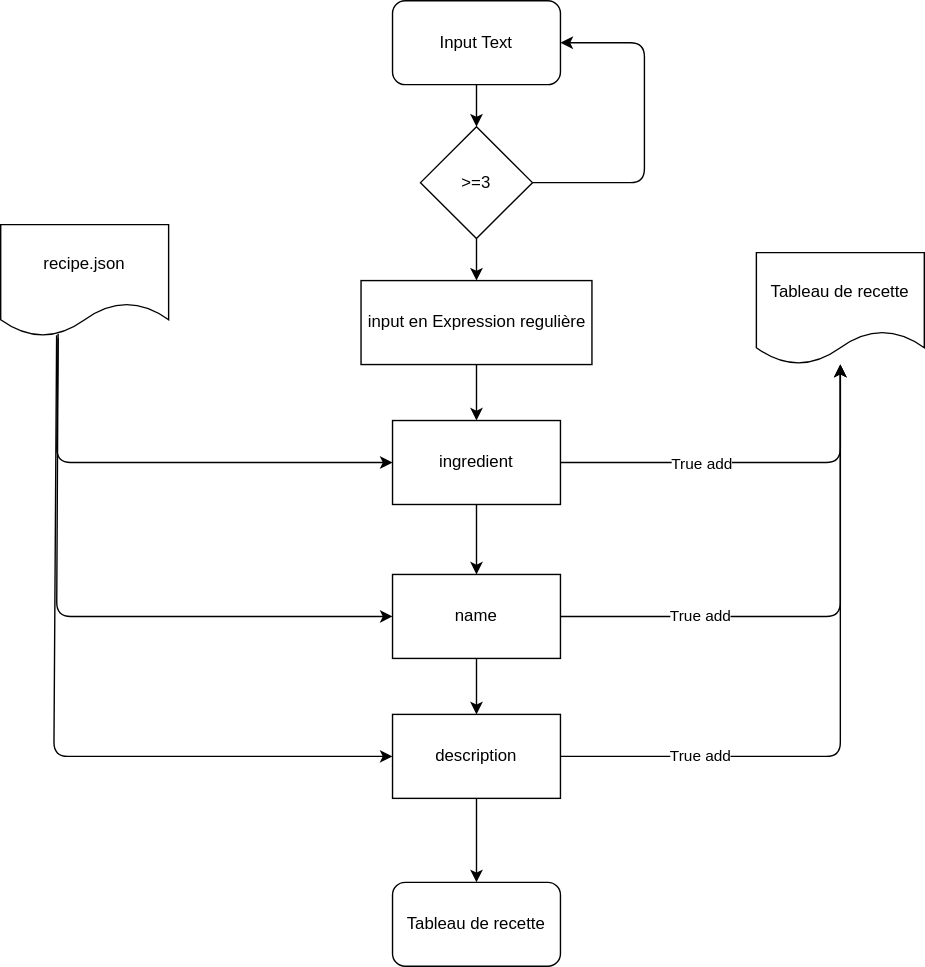
Earlier version of the draw.io export principal_filter.drawio.svg (citizensyd/les-petits-plats). Source tidied: cells renumbered, new cells last; positions are measured from the earlier drawing's top-left corner, leaving out a move shared by most shapes. Source of this version:
```xml
<mxGraphModel>
  <root>
    <mxCell id="0" />
    <mxCell id="1" parent="0" />
    <mxCell id="2" style="edgeStyle=none;html=1;" parent="1" edge="1" source="3" target="11">
      <mxGeometry relative="1" as="geometry" />
    </mxCell>
    <mxCell id="3" value="Input Text" style="rounded=1;whiteSpace=wrap;html=1;" parent="1" vertex="1">
      <mxGeometry x="280" width="120" height="60" as="geometry" />
    </mxCell>
    <mxCell id="4" value="Tableau de recette" style="rounded=1;whiteSpace=wrap;html=1;" parent="1" vertex="1">
      <mxGeometry x="280" y="630" width="120" height="60" as="geometry" />
    </mxCell>
    <mxCell id="5" style="edgeStyle=none;html=1;entryX=0;entryY=0.5;entryDx=0;entryDy=0;exitX=0.342;exitY=0.975;exitDx=0;exitDy=0;exitPerimeter=0;" parent="1" edge="1" source="8" target="18">
      <mxGeometry relative="1" as="geometry">
        <Array as="points">
          <mxPoint x="40" y="330" />
        </Array>
      </mxGeometry>
    </mxCell>
    <mxCell id="6" style="edgeStyle=none;html=1;entryX=0;entryY=0.5;entryDx=0;entryDy=0;exitX=0.342;exitY=1.013;exitDx=0;exitDy=0;exitPerimeter=0;" parent="1" edge="1" source="8" target="21">
      <mxGeometry relative="1" as="geometry">
        <Array as="points">
          <mxPoint x="40" y="440" />
        </Array>
      </mxGeometry>
    </mxCell>
    <mxCell id="7" style="edgeStyle=none;html=1;entryX=0;entryY=0.5;entryDx=0;entryDy=0;exitX=0.333;exitY=0.988;exitDx=0;exitDy=0;exitPerimeter=0;" parent="1" edge="1" source="8" target="24">
      <mxGeometry relative="1" as="geometry">
        <Array as="points">
          <mxPoint x="38" y="540" />
        </Array>
      </mxGeometry>
    </mxCell>
    <mxCell id="8" value="recipe.json" style="shape=document;whiteSpace=wrap;html=1;boundedLbl=1;" parent="1" vertex="1">
      <mxGeometry y="160" width="120" height="80" as="geometry" />
    </mxCell>
    <mxCell id="9" style="edgeStyle=none;html=1;entryX=1;entryY=0.5;entryDx=0;entryDy=0;" parent="1" edge="1" source="11" target="3">
      <mxGeometry relative="1" as="geometry">
        <Array as="points">
          <mxPoint x="460" y="130" />
          <mxPoint x="460" y="30" />
        </Array>
      </mxGeometry>
    </mxCell>
    <mxCell id="10" style="edgeStyle=none;html=1;" parent="1" edge="1" source="11" target="13">
      <mxGeometry relative="1" as="geometry" />
    </mxCell>
    <mxCell id="11" value="&amp;gt;=3" style="rhombus;whiteSpace=wrap;html=1;" parent="1" vertex="1">
      <mxGeometry x="300" y="90" width="80" height="80" as="geometry" />
    </mxCell>
    <mxCell id="12" style="edgeStyle=none;html=1;entryX=0.5;entryY=0;entryDx=0;entryDy=0;" parent="1" edge="1" source="13" target="18">
      <mxGeometry relative="1" as="geometry" />
    </mxCell>
    <mxCell id="13" value="input en Expression regulière" style="rounded=0;whiteSpace=wrap;html=1;" parent="1" vertex="1">
      <mxGeometry x="257.5" y="200" width="165" height="60" as="geometry" />
    </mxCell>
    <mxCell id="14" style="edgeStyle=none;html=1;exitX=1;exitY=0.5;exitDx=0;exitDy=0;" parent="1" edge="1" source="18" target="16">
      <mxGeometry relative="1" as="geometry">
        <Array as="points">
          <mxPoint x="440" y="330" />
          <mxPoint x="600" y="330" />
        </Array>
      </mxGeometry>
    </mxCell>
    <mxCell id="15" value="True add" style="edgeLabel;html=1;align=center;verticalAlign=middle;" parent="14" vertex="1">
      <mxGeometry x="-0.46" y="2" relative="1" as="geometry">
        <mxPoint x="26" y="2" as="offset" />
      </mxGeometry>
    </mxCell>
    <mxCell id="16" value="Tableau de recette" style="shape=document;whiteSpace=wrap;html=1;boundedLbl=1;" parent="1" vertex="1">
      <mxGeometry x="540" y="180" width="120" height="80" as="geometry" />
    </mxCell>
    <mxCell id="17" style="edgeStyle=none;html=1;" parent="1" edge="1" source="18" target="21">
      <mxGeometry relative="1" as="geometry" />
    </mxCell>
    <mxCell id="18" value="ingredient" style="rounded=0;whiteSpace=wrap;html=1;" parent="1" vertex="1">
      <mxGeometry x="280" y="300" width="120" height="60" as="geometry" />
    </mxCell>
    <mxCell id="19" style="edgeStyle=none;html=1;" parent="1" edge="1" source="21" target="24">
      <mxGeometry relative="1" as="geometry" />
    </mxCell>
    <mxCell id="20" value="True add" style="edgeStyle=none;html=1;" parent="1" edge="1" source="21">
      <mxGeometry x="-0.47" relative="1" as="geometry">
        <mxPoint x="600" y="260" as="targetPoint" />
        <Array as="points">
          <mxPoint x="600" y="440" />
        </Array>
      </mxGeometry>
    </mxCell>
    <mxCell id="21" value="name" style="rounded=0;whiteSpace=wrap;html=1;" parent="1" vertex="1">
      <mxGeometry x="280" y="410" width="120" height="60" as="geometry" />
    </mxCell>
    <mxCell id="22" style="edgeStyle=none;html=1;" parent="1" edge="1" source="24" target="4">
      <mxGeometry relative="1" as="geometry" />
    </mxCell>
    <mxCell id="23" value="True add" style="edgeStyle=none;html=1;" parent="1" edge="1" source="24">
      <mxGeometry x="-0.58" relative="1" as="geometry">
        <mxPoint x="600" y="260" as="targetPoint" />
        <Array as="points">
          <mxPoint x="600" y="540" />
        </Array>
      </mxGeometry>
    </mxCell>
    <mxCell id="24" value="description" style="rounded=0;whiteSpace=wrap;html=1;" parent="1" vertex="1">
      <mxGeometry x="280" y="510" width="120" height="60" as="geometry" />
    </mxCell>
  </root>
</mxGraphModel>
```
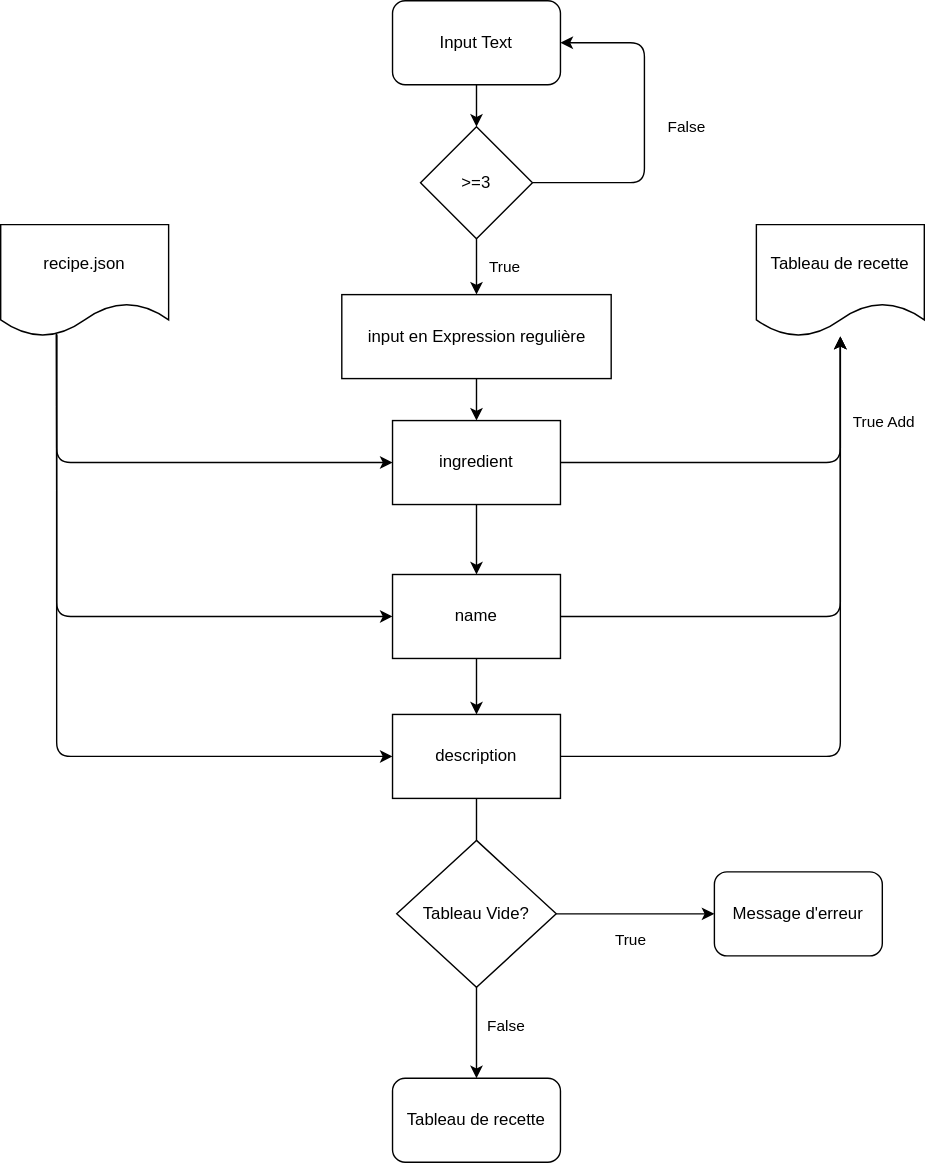
After the commit.

Commit message:
Update - flow chart for checkinput PrincipalFilter

Diff of the diagram source:
```diff
@@ -9,18 +9,20 @@
       <mxGeometry x="280" width="120" height="60" as="geometry" />
     </mxCell>
     <mxCell id="4" value="Tableau de recette" style="rounded=1;whiteSpace=wrap;html=1;" parent="1" vertex="1">
-      <mxGeometry x="280" y="630" width="120" height="60" as="geometry" />
+      <mxGeometry x="280" y="770" width="120" height="60" as="geometry" />
     </mxCell>
-    <mxCell id="5" style="edgeStyle=none;html=1;entryX=0;entryY=0.5;entryDx=0;entryDy=0;exitX=0.342;exitY=0.975;exitDx=0;exitDy=0;exitPerimeter=0;" parent="1" edge="1" source="8" target="18">
+    <mxCell id="5" style="edgeStyle=none;html=1;entryX=0;entryY=0.5;entryDx=0;entryDy=0;exitX=0.334;exitY=0.978;exitDx=0;exitDy=0;exitPerimeter=0;" parent="1" edge="1" source="8" target="18">
       <mxGeometry relative="1" as="geometry">
         <Array as="points">
+          <mxPoint x="40" y="280" />
           <mxPoint x="40" y="330" />
         </Array>
       </mxGeometry>
     </mxCell>
-    <mxCell id="6" style="edgeStyle=none;html=1;entryX=0;entryY=0.5;entryDx=0;entryDy=0;exitX=0.342;exitY=1.013;exitDx=0;exitDy=0;exitPerimeter=0;" parent="1" edge="1" source="8" target="21">
+    <mxCell id="6" style="edgeStyle=none;html=1;entryX=0;entryY=0.5;entryDx=0;entryDy=0;exitX=0.331;exitY=0.974;exitDx=0;exitDy=0;exitPerimeter=0;" parent="1" edge="1" source="8" target="21">
       <mxGeometry relative="1" as="geometry">
         <Array as="points">
+          <mxPoint x="40" y="340" />
           <mxPoint x="40" y="440" />
         </Array>
       </mxGeometry>
@@ -28,23 +30,23 @@
     <mxCell id="7" style="edgeStyle=none;html=1;entryX=0;entryY=0.5;entryDx=0;entryDy=0;exitX=0.333;exitY=0.988;exitDx=0;exitDy=0;exitPerimeter=0;" parent="1" edge="1" source="8" target="24">
       <mxGeometry relative="1" as="geometry">
         <Array as="points">
-          <mxPoint x="38" y="540" />
+          <mxPoint x="40" y="540" />
         </Array>
       </mxGeometry>
     </mxCell>
     <mxCell id="8" value="recipe.json" style="shape=document;whiteSpace=wrap;html=1;boundedLbl=1;" parent="1" vertex="1">
       <mxGeometry y="160" width="120" height="80" as="geometry" />
     </mxCell>
-    <mxCell id="9" style="edgeStyle=none;html=1;entryX=1;entryY=0.5;entryDx=0;entryDy=0;" parent="1" edge="1" source="11" target="3">
-      <mxGeometry relative="1" as="geometry">
+    <mxCell id="9" value="False" style="edgeStyle=none;html=1;entryX=1;entryY=0.5;entryDx=0;entryDy=0;" parent="1" edge="1" source="11" target="3">
+      <mxGeometry y="-30" relative="1" as="geometry">
         <Array as="points">
           <mxPoint x="460" y="130" />
           <mxPoint x="460" y="30" />
         </Array>
       </mxGeometry>
     </mxCell>
-    <mxCell id="10" style="edgeStyle=none;html=1;" parent="1" edge="1" source="11" target="13">
-      <mxGeometry relative="1" as="geometry" />
+    <mxCell id="10" value="True" style="edgeStyle=none;html=1;" parent="1" edge="1" source="11" target="13">
+      <mxGeometry y="20" relative="1" as="geometry" />
     </mxCell>
     <mxCell id="11" value="&amp;gt;=3" style="rhombus;whiteSpace=wrap;html=1;" parent="1" vertex="1">
       <mxGeometry x="300" y="90" width="80" height="80" as="geometry" />
@@ -53,7 +55,7 @@
       <mxGeometry relative="1" as="geometry" />
     </mxCell>
     <mxCell id="13" value="input en Expression regulière" style="rounded=0;whiteSpace=wrap;html=1;" parent="1" vertex="1">
-      <mxGeometry x="257.5" y="200" width="165" height="60" as="geometry" />
+      <mxGeometry x="243.8" y="210" width="192.5" height="60" as="geometry" />
     </mxCell>
     <mxCell id="14" style="edgeStyle=none;html=1;exitX=1;exitY=0.5;exitDx=0;exitDy=0;" parent="1" edge="1" source="18" target="16">
       <mxGeometry relative="1" as="geometry">
@@ -63,13 +65,8 @@
         </Array>
       </mxGeometry>
     </mxCell>
-    <mxCell id="15" value="True add" style="edgeLabel;html=1;align=center;verticalAlign=middle;" parent="14" vertex="1">
-      <mxGeometry x="-0.46" y="2" relative="1" as="geometry">
-        <mxPoint x="26" y="2" as="offset" />
-      </mxGeometry>
-    </mxCell>
     <mxCell id="16" value="Tableau de recette" style="shape=document;whiteSpace=wrap;html=1;boundedLbl=1;" parent="1" vertex="1">
-      <mxGeometry x="540" y="180" width="120" height="80" as="geometry" />
+      <mxGeometry x="540" y="160" width="120" height="80" as="geometry" />
     </mxCell>
     <mxCell id="17" style="edgeStyle=none;html=1;" parent="1" edge="1" source="18" target="21">
       <mxGeometry relative="1" as="geometry" />
@@ -80,30 +77,51 @@
     <mxCell id="19" style="edgeStyle=none;html=1;" parent="1" edge="1" source="21" target="24">
       <mxGeometry relative="1" as="geometry" />
     </mxCell>
-    <mxCell id="20" value="True add" style="edgeStyle=none;html=1;" parent="1" edge="1" source="21">
-      <mxGeometry x="-0.47" relative="1" as="geometry">
-        <mxPoint x="600" y="260" as="targetPoint" />
-        <Array as="points">
-          <mxPoint x="600" y="440" />
-        </Array>
-      </mxGeometry>
-    </mxCell>
+    <mxCell id="25" style="edgeStyle=none;html=1;" parent="1" edge="1" source="21">
+      <mxGeometry relative="1" as="geometry">
+        <mxPoint x="600" y="240" as="targetPoint" />
+        <Array as="points">
+          <mxPoint x="600" y="440" />
+        </Array>
+      </mxGeometry>
+    </mxCell>
     <mxCell id="21" value="name" style="rounded=0;whiteSpace=wrap;html=1;" parent="1" vertex="1">
       <mxGeometry x="280" y="410" width="120" height="60" as="geometry" />
     </mxCell>
     <mxCell id="22" style="edgeStyle=none;html=1;" parent="1" edge="1" source="24" target="4">
       <mxGeometry relative="1" as="geometry" />
     </mxCell>
-    <mxCell id="23" value="True add" style="edgeStyle=none;html=1;" parent="1" edge="1" source="24">
-      <mxGeometry x="-0.58" relative="1" as="geometry">
-        <mxPoint x="600" y="260" as="targetPoint" />
-        <Array as="points">
-          <mxPoint x="600" y="540" />
-        </Array>
-      </mxGeometry>
-    </mxCell>
+    <mxCell id="26" value="False" style="edgeLabel;html=1;align=center;verticalAlign=middle;" parent="22" vertex="1">
+      <mxGeometry x="0.62" y="2" relative="1" as="geometry">
+        <mxPoint x="18" as="offset" />
+      </mxGeometry>
+    </mxCell>
+    <mxCell id="27" style="edgeStyle=none;html=1;" parent="1" edge="1" source="24">
+      <mxGeometry relative="1" as="geometry">
+        <mxPoint x="600" y="240" as="targetPoint" />
+        <Array as="points">
+          <mxPoint x="600" y="540" />
+        </Array>
+      </mxGeometry>
+    </mxCell>
+    <mxCell id="28" value="True Add" style="edgeLabel;html=1;align=center;verticalAlign=middle;" parent="27" vertex="1">
+      <mxGeometry x="0.76" y="3" relative="1" as="geometry">
+        <mxPoint x="33" as="offset" />
+      </mxGeometry>
+    </mxCell>
     <mxCell id="24" value="description" style="rounded=0;whiteSpace=wrap;html=1;" parent="1" vertex="1">
       <mxGeometry x="280" y="510" width="120" height="60" as="geometry" />
     </mxCell>
+    <mxCell id="29" value="Message d'erreur" style="rounded=1;whiteSpace=wrap;html=1;" parent="1" vertex="1">
+      <mxGeometry x="510" y="622.5" width="120" height="60" as="geometry" />
+    </mxCell>
+    <mxCell id="30" value="True" style="edgeStyle=none;html=1;" parent="1" edge="1" source="31" target="29">
+      <mxGeometry x="-0.06" y="-17" relative="1" as="geometry">
+        <mxPoint y="1" as="offset" />
+      </mxGeometry>
+    </mxCell>
+    <mxCell id="31" value="Tableau Vide?" style="rhombus;whiteSpace=wrap;html=1;" parent="1" vertex="1">
+      <mxGeometry x="283" y="600" width="114" height="105" as="geometry" />
+    </mxCell>
   </root>
 </mxGraphModel>
```
